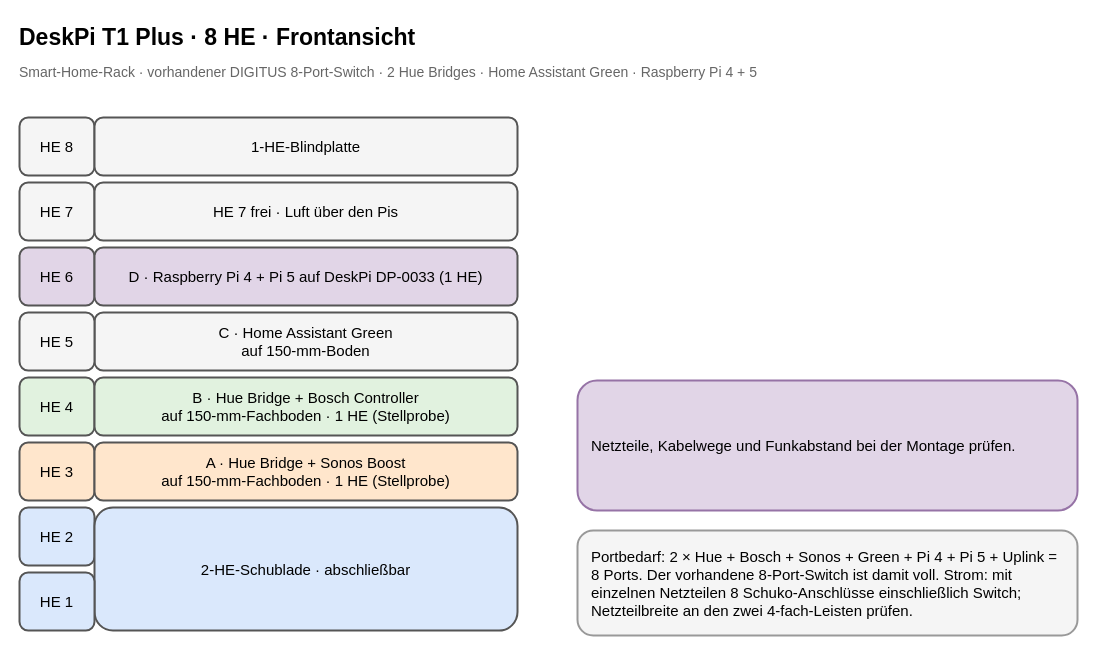
Earlier version of the draw.io diagram page "DeskPi 8 HE – Front" (1 of 4) of 10-zoll-rack-planung.drawio (tiptronic/diagrams). Source tidied: cells renumbered, new cells numbered last; positions are measured from the earlier drawing's top-left corner, leaving out a move shared by most shapes. Both pictures are drawn from the tidied source at 100%, with x=0, y=0 at pixel (17, 17).
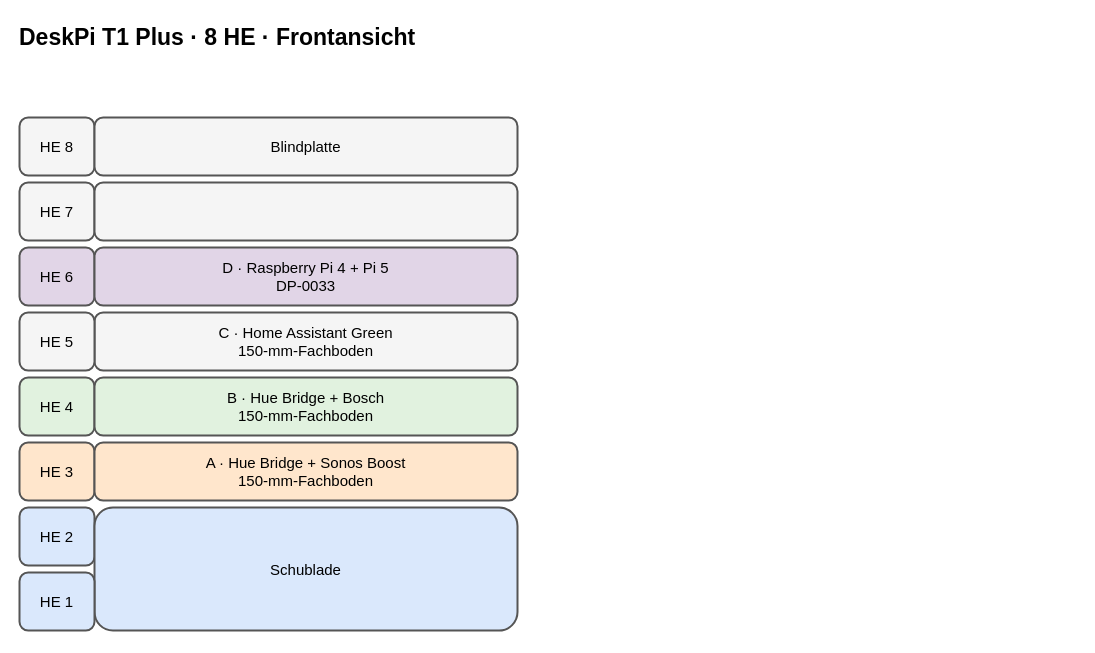
After the change.

Commit message (it also covers changes not shown here):
Simplify rack diagram labels

Diff of the diagram source:
```diff
@@
-    <mxCell id="3" value="Smart-Home-Rack · vorhandener DIGITUS 8-Port-Switch · 2 Hue Bridges · Home Assistant Green · Raspberry Pi 4 + 5" style="text;html=1;align=left;verticalAlign=middle;whiteSpace=wrap;rounded=0;strokeColor=none;fillColor=none;fontSize=15;fontSize=14;fontColor=#666666;" parent="1" vertex="1">
-      <mxGeometry y="40" width="1040" height="30" as="geometry" />
-    </mxCell>
@@
-    <mxCell id="5" value="1-HE-Blindplatte" style="rounded=1;whiteSpace=wrap;html=1;align=center;verticalAlign=middle;strokeWidth=2;fontSize=15;fillColor=#f5f5f5;strokeColor=#555555;" parent="1" vertex="1">
+    <mxCell id="5" value="Blindplatte" style="rounded=1;whiteSpace=wrap;html=1;align=center;verticalAlign=middle;strokeWidth=2;fontSize=15;fillColor=#f5f5f5;strokeColor=#555555;" parent="1" vertex="1">
       <mxGeometry x="77" y="100" width="423" height="58" as="geometry" />
     </mxCell>
@@
-    <mxCell id="7" value="C · Home Assistant Green&#10;auf 150-mm-Boden" style="rounded=1;whiteSpace=wrap;html=1;align=center;verticalAlign=middle;strokeWidth=2;fontSize=15;fillColor=#f5f5f5;strokeColor=#555555;" parent="1" vertex="1">
+    <mxCell id="7" value="C · Home Assistant Green&#10;150-mm-Fachboden" style="rounded=1;whiteSpace=wrap;html=1;align=center;verticalAlign=middle;strokeWidth=2;fontSize=15;fillColor=#f5f5f5;strokeColor=#555555;" parent="1" vertex="1">
       <mxGeometry x="77" y="295" width="423" height="58" as="geometry" />
     </mxCell>
@@
-    <mxCell id="9" value="HE 7 frei · Luft über den Pis" style="rounded=1;whiteSpace=wrap;html=1;align=center;verticalAlign=middle;strokeWidth=2;fontSize=15;fillColor=#f5f5f5;strokeColor=#555555;" parent="1" vertex="1">
+    <mxCell id="9" style="rounded=1;whiteSpace=wrap;html=1;align=center;verticalAlign=middle;strokeWidth=2;fontSize=15;fillColor=#f5f5f5;strokeColor=#555555;" parent="1" vertex="1">
       <mxGeometry x="77" y="165" width="423" height="58" as="geometry" />
     </mxCell>
@@
-    <mxCell id="11" value="D · Raspberry Pi 4 + Pi 5 auf DeskPi DP-0033 (1 HE)" style="rounded=1;whiteSpace=wrap;html=1;align=center;verticalAlign=middle;strokeWidth=2;fontSize=15;fillColor=#e1d5e7;strokeColor=#555555;" parent="1" vertex="1">
+    <mxCell id="11" value="D · Raspberry Pi 4 + Pi 5&#10;DP-0033" style="rounded=1;whiteSpace=wrap;html=1;align=center;verticalAlign=middle;strokeWidth=2;fontSize=15;fillColor=#e1d5e7;strokeColor=#555555;" parent="1" vertex="1">
       <mxGeometry x="77" y="230" width="423" height="58" as="geometry" />
     </mxCell>
@@
-    <mxCell id="13" value="B · Hue Bridge + Bosch Controller&#10;auf 150-mm-Fachboden · 1 HE (Stellprobe)" style="rounded=1;whiteSpace=wrap;html=1;align=center;verticalAlign=middle;strokeWidth=2;fontSize=15;fillColor=#e1f2df;strokeColor=#555555;" parent="1" vertex="1">
+    <mxCell id="13" value="B · Hue Bridge + Bosch&#10;150-mm-Fachboden" style="rounded=1;whiteSpace=wrap;html=1;align=center;verticalAlign=middle;strokeWidth=2;fontSize=15;fillColor=#e1f2df;strokeColor=#555555;" parent="1" vertex="1">
       <mxGeometry x="77" y="360" width="423" height="58" as="geometry" />
     </mxCell>
@@
-    <mxCell id="16" value="A · Hue Bridge + Sonos Boost&#10;auf 150-mm-Fachboden · 1 HE (Stellprobe)" style="rounded=1;whiteSpace=wrap;html=1;align=center;verticalAlign=middle;strokeWidth=2;fontSize=15;fillColor=#ffe6cc;strokeColor=#555555;" parent="1" vertex="1">
+    <mxCell id="16" value="A · Hue Bridge + Sonos Boost&#10;150-mm-Fachboden" style="rounded=1;whiteSpace=wrap;html=1;align=center;verticalAlign=middle;strokeWidth=2;fontSize=15;fillColor=#ffe6cc;strokeColor=#555555;" parent="1" vertex="1">
       <mxGeometry x="77" y="425" width="423" height="58" as="geometry" />
     </mxCell>
-    <mxCell id="17" value="2-HE-Schublade · abschließbar" style="rounded=1;whiteSpace=wrap;html=1;align=center;verticalAlign=middle;strokeWidth=2;fontSize=15;fillColor=#dae8fc;strokeColor=#555555;" parent="1" vertex="1">
+    <mxCell id="17" value="Schublade" style="rounded=1;whiteSpace=wrap;html=1;align=center;verticalAlign=middle;strokeWidth=2;fontSize=15;fillColor=#dae8fc;strokeColor=#555555;" parent="1" vertex="1">
       <mxGeometry x="77" y="490" width="423" height="123" as="geometry" />
     </mxCell>
@@
-    <mxCell id="19" value="Netzteile, Kabelwege und Funkabstand bei der Montage prüfen." style="rounded=1;whiteSpace=wrap;html=1;align=center;verticalAlign=middle;strokeWidth=2;fontSize=15;align=left;spacing=14;fillColor=#e1d5e7;strokeColor=#9673a6;" parent="1" vertex="1">
-      <mxGeometry x="560" y="363" width="500" height="130" as="geometry" />
-    </mxCell>
-    <mxCell id="20" value="Portbedarf: 2 × Hue + Bosch + Sonos + Green + Pi 4 + Pi 5 + Uplink = 8 Ports. Der vorhandene 8-Port-Switch ist damit voll. Strom: mit einzelnen Netzteilen 8 Schuko-Anschlüsse einschließlich Switch; Netzteilbreite an den zwei 4-fach-Leisten prüfen." style="rounded=1;whiteSpace=wrap;html=1;align=center;verticalAlign=middle;strokeWidth=2;fontSize=15;align=left;spacing=14;fillColor=#f5f5f5;strokeColor=#999999;" parent="1" vertex="1">
-      <mxGeometry x="560" y="513" width="500" height="105" as="geometry" />
-    </mxCell>
```
